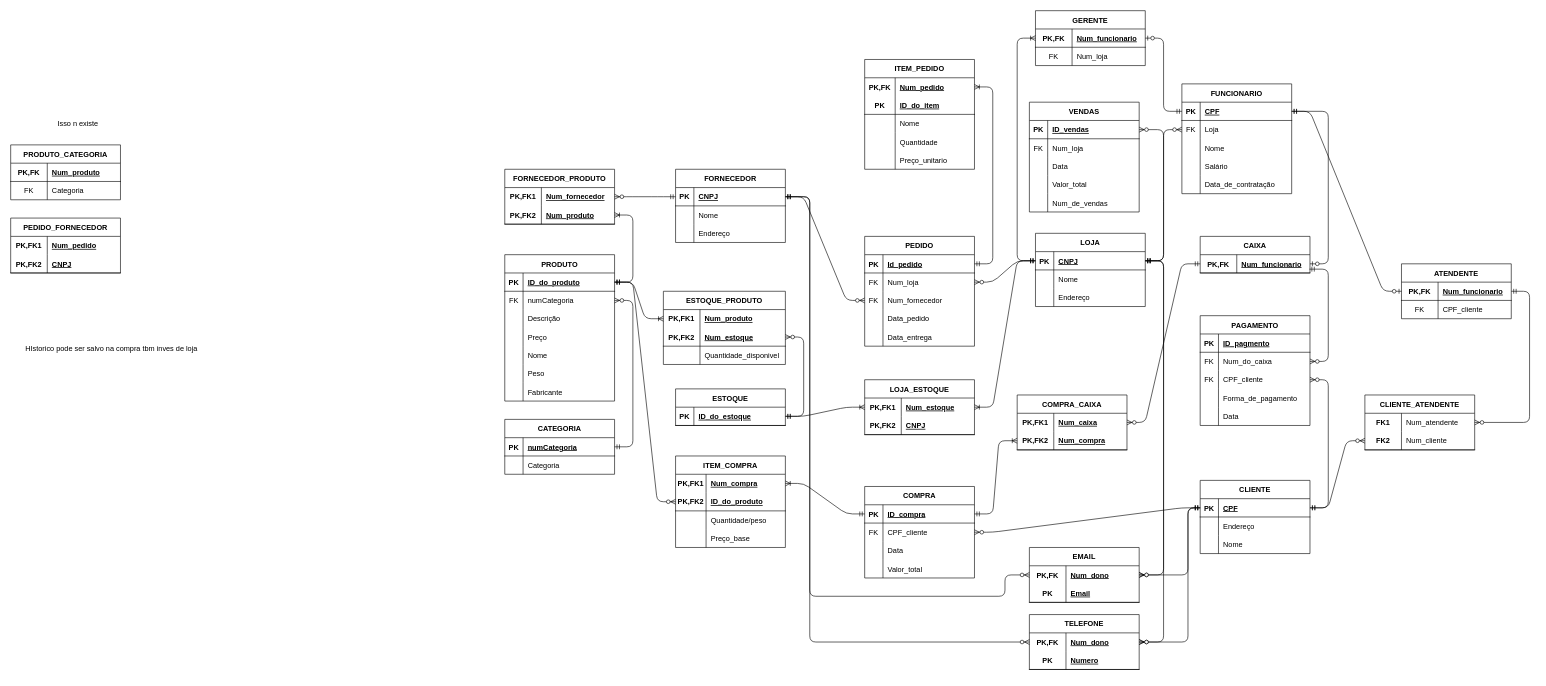
Earlier version of the draw.io diagram DIagrama_re.drawio (MarcosWillianAP1K/Trabai-de-BD). Source tidied: cells renumbered, new cells numbered last; positions are measured from the earlier drawing's top-left corner, leaving out a move shared by most shapes. Both pictures are drawn from the tidied source at 61%, with x=0, y=0 at pixel (10, 10).
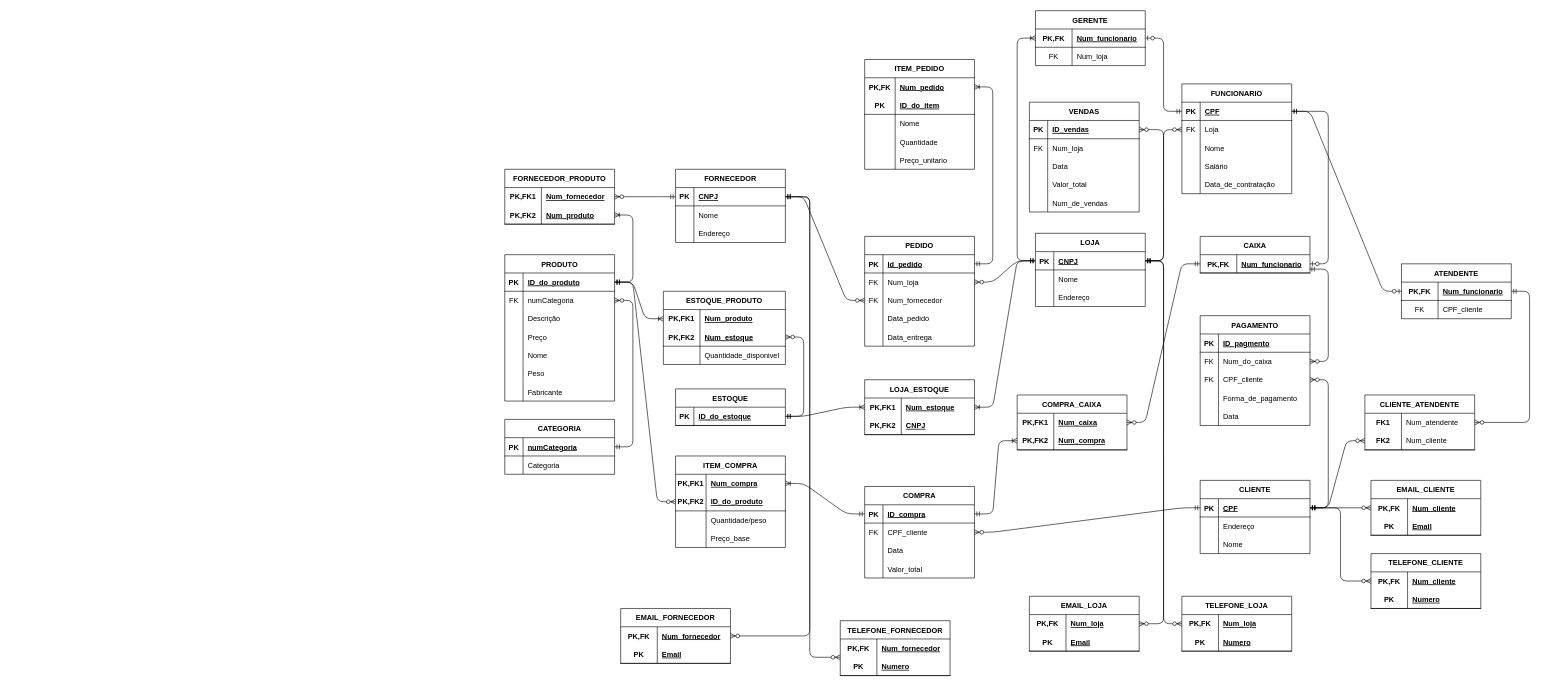
After the change.

Unchanged cells that the change refers to:
```xml
<mxCell id="13" style="shape=tableRow;horizontal=0;startSize=0;swimlaneHead=0;swimlaneBody=0;fillColor=none;points=[[0,0.5],[1,0.5]];portConstraint=eastwest;top=0;left=0;right=0;bottom=0;" parent="12" vertex="1">
  <mxGeometry y="30" width="180" height="30" as="geometry" />
</mxCell>
<mxCell id="52" style="shape=tableRow;horizontal=0;startSize=0;swimlaneHead=0;swimlaneBody=0;fillColor=none;points=[[0,0.5],[1,0.5]];portConstraint=eastwest;top=0;left=0;right=0;bottom=1;" parent="51" vertex="1">
  <mxGeometry y="30" width="180" height="30" as="geometry" />
</mxCell>
<mxCell id="62" style="shape=tableRow;horizontal=0;startSize=0;swimlaneHead=0;swimlaneBody=0;fillColor=none;points=[[0,0.5],[1,0.5]];portConstraint=eastwest;top=0;left=0;right=0;bottom=0;" parent="61" vertex="1">
  <mxGeometry y="30" width="180" height="30" as="geometry" />
</mxCell>
<mxCell id="166" style="shape=tableRow;horizontal=0;startSize=0;swimlaneHead=0;swimlaneBody=0;fillColor=none;points=[[0,0.5],[1,0.5]];portConstraint=eastwest;top=0;left=0;right=0;bottom=1;" parent="165" vertex="1">
  <mxGeometry y="30" width="180" height="30" as="geometry" />
</mxCell>
```

Change to the diagram source:
```diff
@@
-    <mxCell id="12" value="TELEFONE" style="shape=table;startSize=30;childLayout=tableLayout;rowLines=0;fontStyle=1;align=center;" parent="1" vertex="1">
-      <mxGeometry x="1670" y="990" width="180" height="90" as="geometry" />
+    <mxCell id="12" value="TELEFONE_LOJA" style="shape=table;startSize=30;childLayout=tableLayout;rowLines=0;fontStyle=1;align=center;" parent="1" vertex="1">
+      <mxGeometry x="1920" y="960" width="180" height="90" as="geometry" />
     </mxCell>
@@
-    <mxCell id="15" value="Num_dono" style="shape=partialRectangle;fillColor=none;top=0;left=0;bottom=0;right=0;align=left;spacingLeft=6;fontStyle=5;overflow=hidden;" parent="13" vertex="1">
+    <mxCell id="15" value="Num_loja" style="shape=partialRectangle;fillColor=none;top=0;left=0;bottom=0;right=0;align=left;spacingLeft=6;fontStyle=5;overflow=hidden;" parent="13" vertex="1">
       <mxGeometry x="60" width="120" height="30" as="geometry" />
     </mxCell>
@@
-    <mxCell id="61" value="EMAIL" style="shape=table;startSize=30;childLayout=tableLayout;rowLines=0;fontStyle=1;align=center;" parent="1" vertex="1">
-      <mxGeometry x="1670" y="880" width="180" height="90" as="geometry" />
+    <mxCell id="61" value="EMAIL_LOJA" style="shape=table;startSize=30;childLayout=tableLayout;rowLines=0;fontStyle=1;align=center;" parent="1" vertex="1">
+      <mxGeometry x="1670" y="960" width="180" height="90" as="geometry" />
     </mxCell>
@@
-    <mxCell id="64" value="Num_dono" style="shape=partialRectangle;fillColor=none;top=0;left=0;bottom=0;right=0;align=left;spacingLeft=6;fontStyle=5;overflow=hidden;" parent="62" vertex="1">
+    <mxCell id="64" value="Num_loja" style="shape=partialRectangle;fillColor=none;top=0;left=0;bottom=0;right=0;align=left;spacingLeft=6;fontStyle=5;overflow=hidden;" parent="62" vertex="1">
       <mxGeometry x="60" width="120" height="30" as="geometry" />
     </mxCell>
@@
-    <mxCell id="97" value="PRODUTO_CATEGORIA" style="shape=table;startSize=30;childLayout=tableLayout;rowLines=0;fontStyle=1;align=center;" parent="1" vertex="1">
-      <mxGeometry y="220" width="180" height="90" as="geometry" />
-    </mxCell>
-    <mxCell id="98" style="shape=tableRow;horizontal=0;startSize=0;swimlaneHead=0;swimlaneBody=0;fillColor=none;top=0;left=0;right=0;bottom=1;" parent="97" vertex="1">
-      <mxGeometry y="30" width="180" height="30" as="geometry" />
-    </mxCell>
-    <mxCell id="99" value="PK,FK" style="shape=partialRectangle;fillColor=none;top=0;left=0;bottom=0;right=0;fontStyle=1;overflow=hidden;" parent="98" vertex="1">
-      <mxGeometry width="60" height="30" as="geometry" />
-    </mxCell>
-    <mxCell id="100" value="Num_produto" style="shape=partialRectangle;fillColor=none;top=0;left=0;bottom=0;right=0;align=left;spacingLeft=6;fontStyle=5;overflow=hidden;" parent="98" vertex="1">
-      <mxGeometry x="60" width="120" height="30" as="geometry" />
-    </mxCell>
-    <mxCell id="101" style="shape=tableRow;horizontal=0;startSize=0;swimlaneHead=0;swimlaneBody=0;fillColor=none;top=0;left=0;right=0;bottom=0;" parent="97" vertex="1">
-      <mxGeometry y="60" width="180" height="30" as="geometry" />
-    </mxCell>
-    <mxCell id="102" value="FK" style="shape=partialRectangle;fillColor=none;top=0;left=0;bottom=0;right=0;fontStyle=0;overflow=hidden;" parent="101" vertex="1">
-      <mxGeometry width="60" height="30" as="geometry" />
-    </mxCell>
-    <mxCell id="103" value="Categoria" style="shape=partialRectangle;fillColor=none;top=0;left=0;bottom=0;right=0;align=left;spacingLeft=6;fontStyle=0;overflow=hidden;" parent="101" vertex="1">
-      <mxGeometry x="60" width="120" height="30" as="geometry" />
-    </mxCell>
@@
-    <mxCell id="125" value="PEDIDO_FORNECEDOR" style="shape=table;startSize=30;childLayout=tableLayout;rowLines=0;fontStyle=1;align=center;" parent="1" vertex="1">
-      <mxGeometry y="340" width="180" height="90" as="geometry" />
-    </mxCell>
-    <mxCell id="126" style="shape=tableRow;horizontal=0;startSize=0;swimlaneHead=0;swimlaneBody=0;fillColor=none;top=0;left=0;right=0;bottom=0;" parent="125" vertex="1">
-      <mxGeometry y="30" width="180" height="30" as="geometry" />
-    </mxCell>
-    <mxCell id="127" value="PK,FK1" style="shape=partialRectangle;fillColor=none;top=0;left=0;bottom=0;right=0;fontStyle=1;overflow=hidden;" parent="126" vertex="1">
-      <mxGeometry width="60" height="30" as="geometry" />
-    </mxCell>
-    <mxCell id="128" value="Num_pedido" style="shape=partialRectangle;fillColor=none;top=0;left=0;bottom=0;right=0;align=left;spacingLeft=6;fontStyle=5;overflow=hidden;" parent="126" vertex="1">
-      <mxGeometry x="60" width="120" height="30" as="geometry" />
-    </mxCell>
-    <mxCell id="129" style="shape=tableRow;horizontal=0;startSize=0;swimlaneHead=0;swimlaneBody=0;fillColor=none;top=0;left=0;right=0;bottom=1;" parent="125" vertex="1">
-      <mxGeometry y="60" width="180" height="30" as="geometry" />
-    </mxCell>
-    <mxCell id="130" value="PK,FK2" style="shape=partialRectangle;fillColor=none;top=0;left=0;bottom=0;right=0;fontStyle=1;overflow=hidden;" parent="129" vertex="1">
-      <mxGeometry width="60" height="30" as="geometry" />
-    </mxCell>
-    <mxCell id="131" value="CNPJ" style="shape=partialRectangle;fillColor=none;top=0;left=0;bottom=0;right=0;align=left;spacingLeft=6;fontStyle=5;overflow=hidden;" parent="129" vertex="1">
-      <mxGeometry x="60" width="120" height="30" as="geometry" />
-    </mxCell>
@@
-    <mxCell id="241" value="HIstorico pode ser salvo na compra tbm inves de loja" style="text;html=1;align=center;verticalAlign=middle;strokeColor=none;fillColor=none;" parent="1" vertex="1">
-      <mxGeometry x="10" y="540" width="310" height="30" as="geometry" />
-    </mxCell>
-    <mxCell id="242" value="&lt;blockquote style=&quot;margin: 0 0 0 40px; border: none; padding: 0px;&quot;&gt;Isso n existe&lt;/blockquote&gt;" style="text;html=1;align=center;verticalAlign=middle;strokeColor=none;fillColor=none;" parent="1" vertex="1">
-      <mxGeometry x="25" y="170" width="130" height="30" as="geometry" />
-    </mxCell>
@@
-    <mxCell id="282" style="edgeStyle=orthogonalEdgeStyle;fontSize=12;html=1;endArrow=ERzeroToMany;startArrow=ERmandOne;" parent="1" edge="1" source="166" target="62">
-      <mxGeometry relative="1" as="geometry">
-        <Array as="points">
-          <mxPoint x="1930" y="815" />
-          <mxPoint x="1930" y="925" />
-        </Array>
-      </mxGeometry>
+    <mxCell id="282" style="edgeStyle=orthogonalEdgeStyle;fontSize=12;html=1;endArrow=ERzeroToMany;startArrow=ERmandOne;" parent="1" edge="1" source="166" target="303">
+      <mxGeometry relative="1" as="geometry" />
     </mxCell>
-    <mxCell id="283" style="edgeStyle=orthogonalEdgeStyle;fontSize=12;html=1;endArrow=ERzeroToMany;startArrow=ERmandOne;" parent="1" edge="1" source="166" target="13">
-      <mxGeometry relative="1" as="geometry">
-        <Array as="points">
-          <mxPoint x="1930" y="815" />
-          <mxPoint x="1930" y="1035" />
-        </Array>
-      </mxGeometry>
+    <mxCell id="283" style="edgeStyle=orthogonalEdgeStyle;fontSize=12;html=1;endArrow=ERzeroToMany;startArrow=ERmandOne;" parent="1" edge="1" source="166" target="310">
+      <mxGeometry relative="1" as="geometry" />
     </mxCell>
@@
-    <mxCell id="286" style="edgeStyle=orthogonalEdgeStyle;fontSize=12;html=1;endArrow=ERzeroToMany;startArrow=ERmandOne;" parent="1" edge="1" source="52" target="62">
+    <mxCell id="286" style="edgeStyle=orthogonalEdgeStyle;fontSize=12;html=1;endArrow=ERzeroToMany;startArrow=ERmandOne;" parent="1" edge="1" source="52" target="288">
       <mxGeometry relative="1" as="geometry">
         <Array as="points">
           <mxPoint x="1310" y="305" />
-          <mxPoint x="1310" y="960" />
-          <mxPoint x="1630" y="960" />
-          <mxPoint x="1630" y="925" />
+          <mxPoint x="1310" y="1025" />
         </Array>
       </mxGeometry>
     </mxCell>
-    <mxCell id="287" style="edgeStyle=orthogonalEdgeStyle;fontSize=12;html=1;endArrow=ERzeroToMany;startArrow=ERmandOne;" parent="1" edge="1" source="52" target="13">
+    <mxCell id="287" style="edgeStyle=orthogonalEdgeStyle;fontSize=12;html=1;endArrow=ERzeroToMany;startArrow=ERmandOne;" parent="1" edge="1" source="52" target="295">
       <mxGeometry relative="1" as="geometry">
         <Array as="points">
           <mxPoint x="1310" y="305" />
-          <mxPoint x="1310" y="1035" />
+          <mxPoint x="1310" y="1060" />
         </Array>
       </mxGeometry>
     </mxCell>
+    <mxCell id="288" value="EMAIL_FORNECEDOR" style="shape=table;startSize=30;childLayout=tableLayout;rowLines=0;fontStyle=1;align=center;" parent="1" vertex="1">
+      <mxGeometry x="1000" y="980" width="180" height="90" as="geometry" />
+    </mxCell>
+    <mxCell id="289" style="shape=tableRow;horizontal=0;startSize=0;swimlaneHead=0;swimlaneBody=0;fillColor=none;top=0;left=0;right=0;bottom=0;" parent="288" vertex="1">
+      <mxGeometry y="30" width="180" height="30" as="geometry" />
+    </mxCell>
+    <mxCell id="290" value="PK,FK" style="shape=partialRectangle;fillColor=none;top=0;left=0;bottom=0;right=0;fontStyle=1;overflow=hidden;" parent="289" vertex="1">
+      <mxGeometry width="60" height="30" as="geometry" />
+    </mxCell>
+    <mxCell id="291" value="Num_fornecedor" style="shape=partialRectangle;fillColor=none;top=0;left=0;bottom=0;right=0;align=left;spacingLeft=6;fontStyle=5;overflow=hidden;" parent="289" vertex="1">
+      <mxGeometry x="60" width="120" height="30" as="geometry" />
+    </mxCell>
+    <mxCell id="292" style="shape=tableRow;horizontal=0;startSize=0;swimlaneHead=0;swimlaneBody=0;fillColor=none;top=0;left=0;right=0;bottom=1;" parent="288" vertex="1">
+      <mxGeometry y="60" width="180" height="30" as="geometry" />
+    </mxCell>
+    <mxCell id="293" value="PK" style="shape=partialRectangle;fillColor=none;top=0;left=0;bottom=0;right=0;fontStyle=1;overflow=hidden;" parent="292" vertex="1">
+      <mxGeometry width="60" height="30" as="geometry" />
+    </mxCell>
+    <mxCell id="294" value="Email" style="shape=partialRectangle;fillColor=none;top=0;left=0;bottom=0;right=0;align=left;spacingLeft=6;fontStyle=5;overflow=hidden;" parent="292" vertex="1">
+      <mxGeometry x="60" width="120" height="30" as="geometry" />
+    </mxCell>
+    <mxCell id="295" value="TELEFONE_FORNECEDOR" style="shape=table;startSize=30;childLayout=tableLayout;rowLines=0;fontStyle=1;align=center;" parent="1" vertex="1">
+      <mxGeometry x="1360" y="1000" width="180" height="90" as="geometry" />
+    </mxCell>
+    <mxCell id="296" style="shape=tableRow;horizontal=0;startSize=0;swimlaneHead=0;swimlaneBody=0;fillColor=none;top=0;left=0;right=0;bottom=0;" parent="295" vertex="1">
+      <mxGeometry y="30" width="180" height="30" as="geometry" />
+    </mxCell>
+    <mxCell id="297" value="PK,FK" style="shape=partialRectangle;fillColor=none;top=0;left=0;bottom=0;right=0;fontStyle=1;overflow=hidden;" parent="296" vertex="1">
+      <mxGeometry width="60" height="30" as="geometry" />
+    </mxCell>
+    <mxCell id="298" value="Num_fornecedor" style="shape=partialRectangle;fillColor=none;top=0;left=0;bottom=0;right=0;align=left;spacingLeft=6;fontStyle=5;overflow=hidden;" parent="296" vertex="1">
+      <mxGeometry x="60" width="120" height="30" as="geometry" />
+    </mxCell>
+    <mxCell id="299" style="shape=tableRow;horizontal=0;startSize=0;swimlaneHead=0;swimlaneBody=0;fillColor=none;top=0;left=0;right=0;bottom=1;" parent="295" vertex="1">
+      <mxGeometry y="60" width="180" height="30" as="geometry" />
+    </mxCell>
+    <mxCell id="300" value="PK" style="shape=partialRectangle;fillColor=none;top=0;left=0;bottom=0;right=0;fontStyle=1;overflow=hidden;" parent="299" vertex="1">
+      <mxGeometry width="60" height="30" as="geometry" />
+    </mxCell>
+    <mxCell id="301" value="Numero" style="shape=partialRectangle;fillColor=none;top=0;left=0;bottom=0;right=0;align=left;spacingLeft=6;fontStyle=5;overflow=hidden;" parent="299" vertex="1">
+      <mxGeometry x="60" width="120" height="30" as="geometry" />
+    </mxCell>
+    <mxCell id="302" value="EMAIL_CLIENTE" style="shape=table;startSize=30;childLayout=tableLayout;rowLines=0;fontStyle=1;align=center;" parent="1" vertex="1">
+      <mxGeometry x="2230" y="770" width="180" height="90" as="geometry" />
+    </mxCell>
+    <mxCell id="303" style="shape=tableRow;horizontal=0;startSize=0;swimlaneHead=0;swimlaneBody=0;fillColor=none;points=[[0,0.5],[1,0.5]];portConstraint=eastwest;top=0;left=0;right=0;bottom=0;" parent="302" vertex="1">
+      <mxGeometry y="30" width="180" height="30" as="geometry" />
+    </mxCell>
+    <mxCell id="304" value="PK,FK" style="shape=partialRectangle;fillColor=none;top=0;left=0;bottom=0;right=0;fontStyle=1;overflow=hidden;" parent="303" vertex="1">
+      <mxGeometry width="60" height="30" as="geometry" />
+    </mxCell>
+    <mxCell id="305" value="Num_cliente" style="shape=partialRectangle;fillColor=none;top=0;left=0;bottom=0;right=0;align=left;spacingLeft=6;fontStyle=5;overflow=hidden;" parent="303" vertex="1">
+      <mxGeometry x="60" width="120" height="30" as="geometry" />
+    </mxCell>
+    <mxCell id="306" style="shape=tableRow;horizontal=0;startSize=0;swimlaneHead=0;swimlaneBody=0;fillColor=none;top=0;left=0;right=0;bottom=1;" parent="302" vertex="1">
+      <mxGeometry y="60" width="180" height="30" as="geometry" />
+    </mxCell>
+    <mxCell id="307" value="PK" style="shape=partialRectangle;fillColor=none;top=0;left=0;bottom=0;right=0;fontStyle=1;overflow=hidden;" parent="306" vertex="1">
+      <mxGeometry width="60" height="30" as="geometry" />
+    </mxCell>
+    <mxCell id="308" value="Email" style="shape=partialRectangle;fillColor=none;top=0;left=0;bottom=0;right=0;align=left;spacingLeft=6;fontStyle=5;overflow=hidden;" parent="306" vertex="1">
+      <mxGeometry x="60" width="120" height="30" as="geometry" />
+    </mxCell>
+    <mxCell id="309" value="TELEFONE_CLIENTE" style="shape=table;startSize=30;childLayout=tableLayout;rowLines=0;fontStyle=1;align=center;" parent="1" vertex="1">
+      <mxGeometry x="2230" y="890" width="180" height="90" as="geometry" />
+    </mxCell>
+    <mxCell id="310" style="shape=tableRow;horizontal=0;startSize=0;swimlaneHead=0;swimlaneBody=0;fillColor=none;points=[[0,0.5],[1,0.5]];portConstraint=eastwest;top=0;left=0;right=0;bottom=0;" parent="309" vertex="1">
+      <mxGeometry y="30" width="180" height="30" as="geometry" />
+    </mxCell>
+    <mxCell id="311" value="PK,FK" style="shape=partialRectangle;fillColor=none;top=0;left=0;bottom=0;right=0;fontStyle=1;overflow=hidden;" parent="310" vertex="1">
+      <mxGeometry width="60" height="30" as="geometry" />
+    </mxCell>
+    <mxCell id="312" value="Num_cliente" style="shape=partialRectangle;fillColor=none;top=0;left=0;bottom=0;right=0;align=left;spacingLeft=6;fontStyle=5;overflow=hidden;" parent="310" vertex="1">
+      <mxGeometry x="60" width="120" height="30" as="geometry" />
+    </mxCell>
+    <mxCell id="313" style="shape=tableRow;horizontal=0;startSize=0;swimlaneHead=0;swimlaneBody=0;fillColor=none;top=0;left=0;right=0;bottom=1;" parent="309" vertex="1">
+      <mxGeometry y="60" width="180" height="30" as="geometry" />
+    </mxCell>
+    <mxCell id="314" value="PK" style="shape=partialRectangle;fillColor=none;top=0;left=0;bottom=0;right=0;fontStyle=1;overflow=hidden;" parent="313" vertex="1">
+      <mxGeometry width="60" height="30" as="geometry" />
+    </mxCell>
+    <mxCell id="315" value="Numero" style="shape=partialRectangle;fillColor=none;top=0;left=0;bottom=0;right=0;align=left;spacingLeft=6;fontStyle=5;overflow=hidden;" parent="313" vertex="1">
+      <mxGeometry x="60" width="120" height="30" as="geometry" />
+    </mxCell>
```
